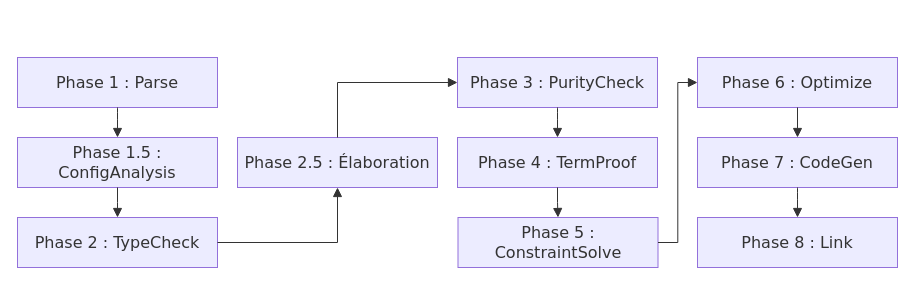
This is spec/figures/sources/compilation-process.drawio from AntheaLiles/k7pl, a draw.io file, before an edit. Source tidied: cells renumbered, new cells numbered last; positions are measured from the earlier drawing's top-left corner, leaving out a move shared by most shapes. Both pictures are drawn from the tidied source at 100%, with x=0, y=0 at pixel (17, 17).
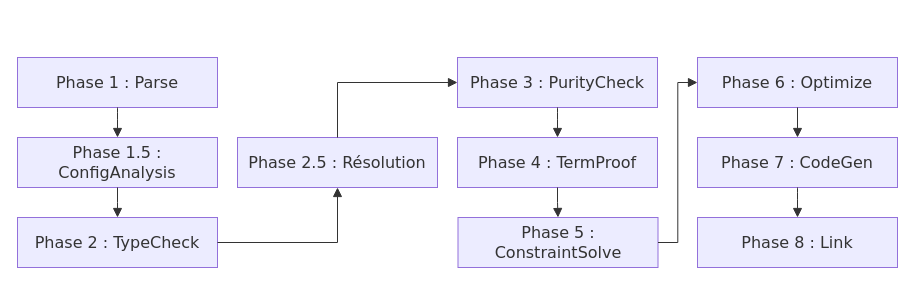
The same diagram, later.

Commit message (it also covers changes not shown here):
fix(spec): figure 11, phase 2.5 renommée Résolution (STRUCT-06)

Unchanged cells that the change refers to:
```xml
<mxCell id="2" style="group;transparentBounds=1;editIcon=1;lockedGroup=0;groupPadding=10;" parent="1" vertex="1">
  <mxGeometry width="210" height="220" as="geometry" />
</mxCell>
```

Diff of the diagram source:
```diff
@@
-    <mxCell id="6" value="Phase 2.5 : Élaboration" style="html=1;whiteSpace=wrap;strokeWidth=1;fillColor=light-dark(#ECECFF,#1f2020);strokeColor=light-dark(#9370DB,#cccccc);fontColor=light-dark(#333333,#cccccc);fontFamily=Trebuchet MS,Verdana,Arial,sans-serif;fontSize=16;" parent="2" vertex="1">
+    <mxCell id="6" value="Phase 2.5 : Résolution" style="html=1;whiteSpace=wrap;strokeWidth=1;fillColor=light-dark(#ECECFF,#1f2020);strokeColor=light-dark(#9370DB,#cccccc);fontColor=light-dark(#333333,#cccccc);fontFamily=Trebuchet MS,Verdana,Arial,sans-serif;fontSize=16;" parent="2" vertex="1">
       <mxGeometry x="220" y="120" width="200" height="50" as="geometry" />
     </mxCell>
```
